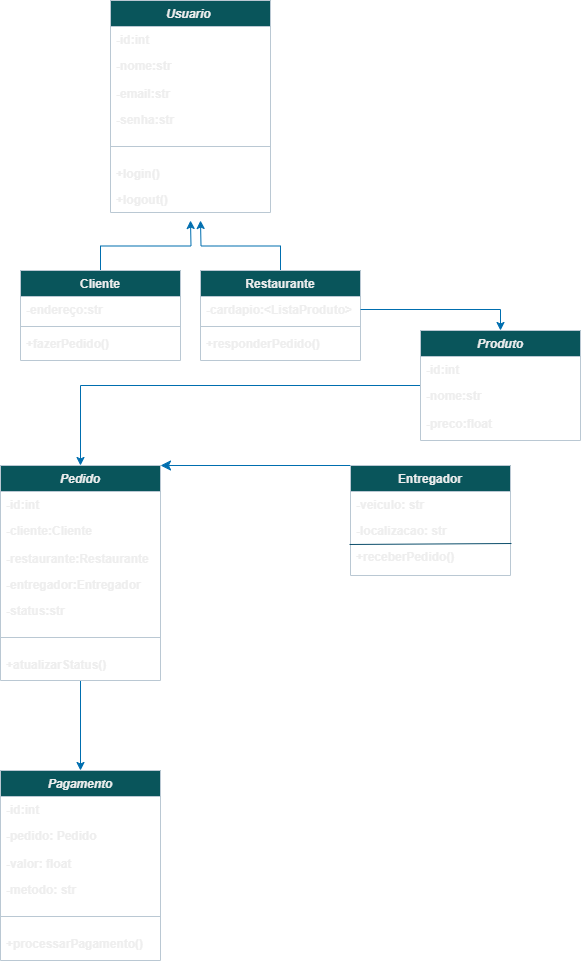
The draw.io diagram Diagrama de classes DSC.png in luisfelipesantiago/Diagrama-de-classes, before a commit. Source tidied: cells renumbered, new cells last; positions are measured from the earlier drawing's top-left corner, leaving out a move shared by most shapes.
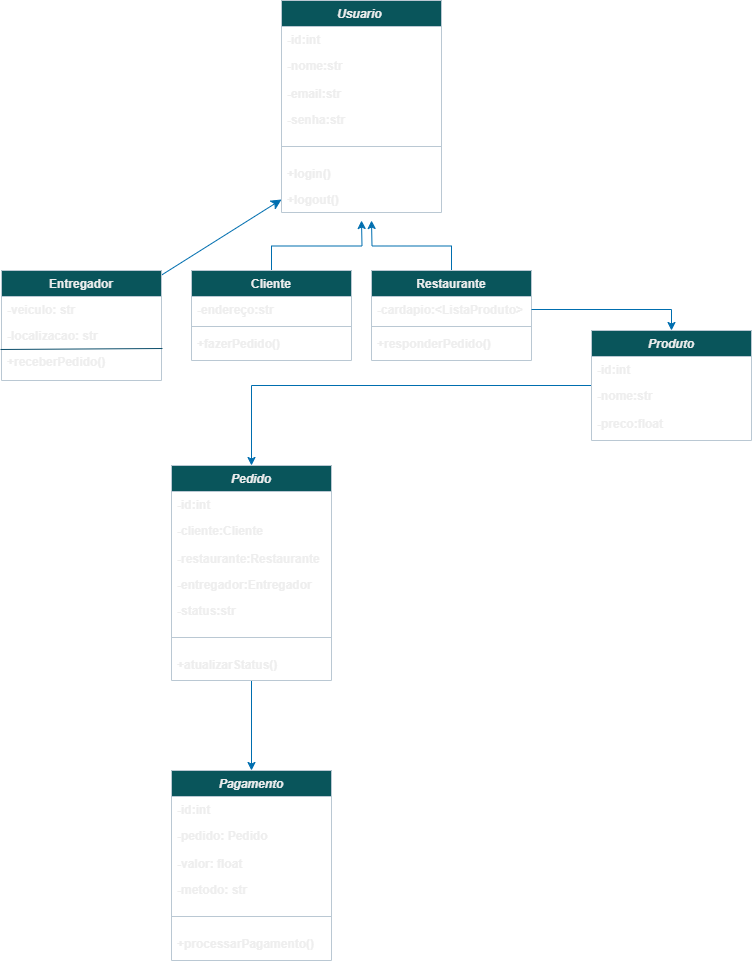
The same diagram one commit later.

Diff of the diagram source:
```diff
@@ -126,13 +126,11 @@
     <mxCell id="41" value="+processarPagamento()" style="text;align=left;verticalAlign=top;spacingLeft=4;spacingRight=4;overflow=hidden;rounded=0;shadow=0;html=0;labelBackgroundColor=none;fontColor=#EEEEEE;fontStyle=1;" parent="35" vertex="1">
       <mxGeometry y="160" width="160" height="26" as="geometry" />
     </mxCell>
-    <mxCell id="42" style="edgeStyle=none;curved=1;rounded=0;jettySize=auto;html=1;entryX=1;entryY=0.5;entryDx=0;entryDy=0;fontSize=12;startSize=8;endSize=8;exitX=0;exitY=0;exitDx=0;exitDy=0;fillColor=#1ba1e2;strokeColor=#006EAF;" parent="1" edge="1" source="43">
-      <mxGeometry relative="1" as="geometry">
-        <mxPoint x="160" y="465" as="targetPoint" />
-      </mxGeometry>
-    </mxCell>
+    <mxCell id="48" style="edgeStyle=none;curved=1;rounded=0;jettySize=auto;html=1;entryX=0;entryY=0.5;entryDx=0;entryDy=0;fontSize=12;startSize=8;endSize=8;fillColor=#1ba1e2;strokeColor=#006EAF;" parent="1" edge="1" source="43" target="9">
+      <mxGeometry relative="1" as="geometry" />
+    </mxCell>
     <mxCell id="43" value="Entregador" style="swimlane;fontStyle=1;align=center;verticalAlign=top;horizontal=1;startSize=26;rounded=0;shadow=0;strokeWidth=1;labelBackgroundColor=none;fillColor=#09555B;strokeColor=#BAC8D3;fontColor=#EEEEEE;" parent="1" vertex="1">
-      <mxGeometry x="350" y="465" width="160" height="110" as="geometry" />
+      <mxGeometry x="-170" y="270" width="160" height="110" as="geometry" />
     </mxCell>
     <mxCell id="44" value="-veiculo: str" style="text;align=left;verticalAlign=top;spacingLeft=4;spacingRight=4;overflow=hidden;labelBackgroundColor=none;fontColor=#EEEEEE;fontStyle=1;" parent="43" vertex="1">
       <mxGeometry y="26" width="160" height="26" as="geometry" />
```
